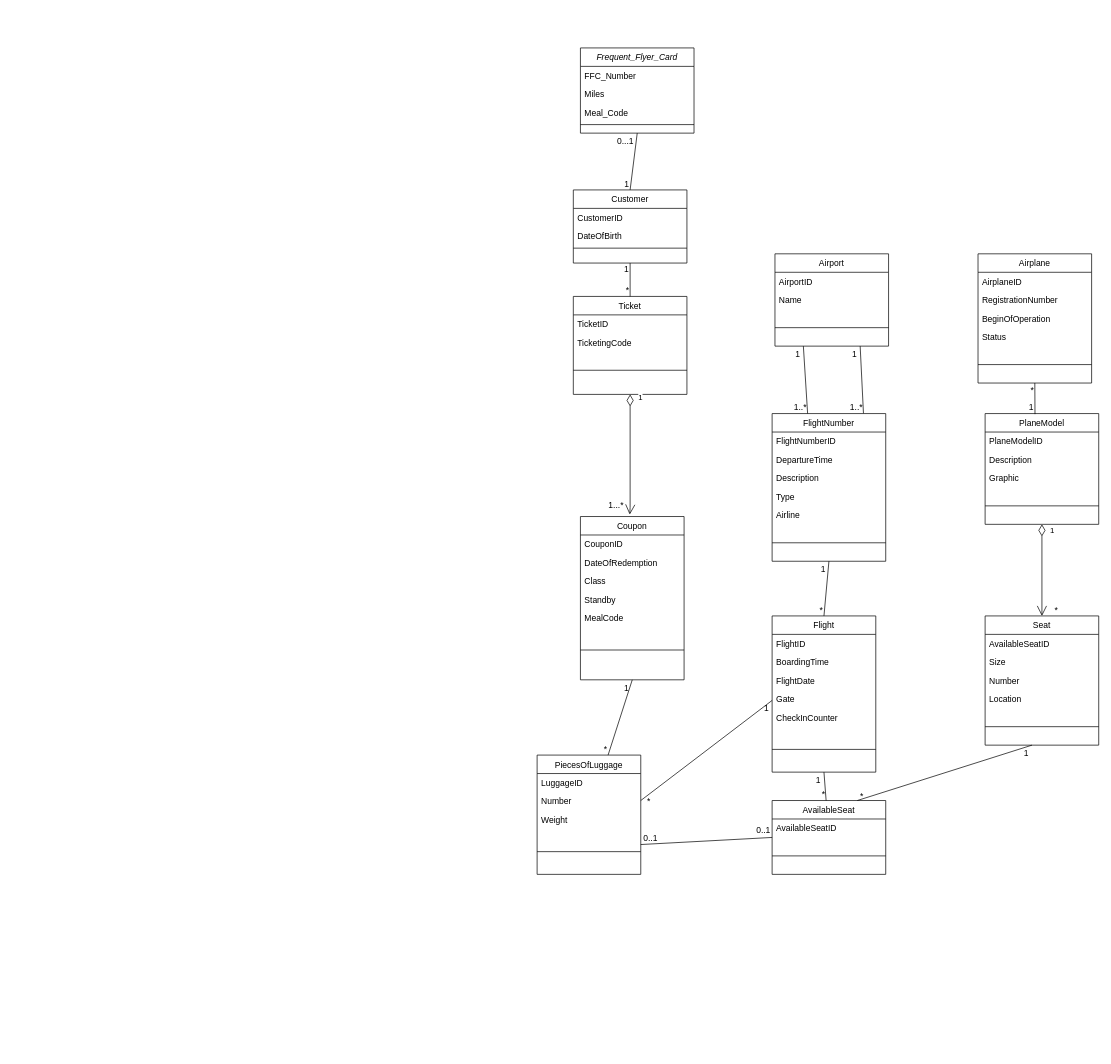
The draw.io diagram Diagrama sin título.drawio in Robert31000/Soporte-para-la-toma-decisiones, before the edit. Source tidied: cells renumbered, new cells numbered last; positions are measured from the earlier drawing's top-left corner, leaving out a move shared by most shapes. Both pictures are drawn from the tidied source at 71%, with x=0, y=0 at pixel (537, 48).
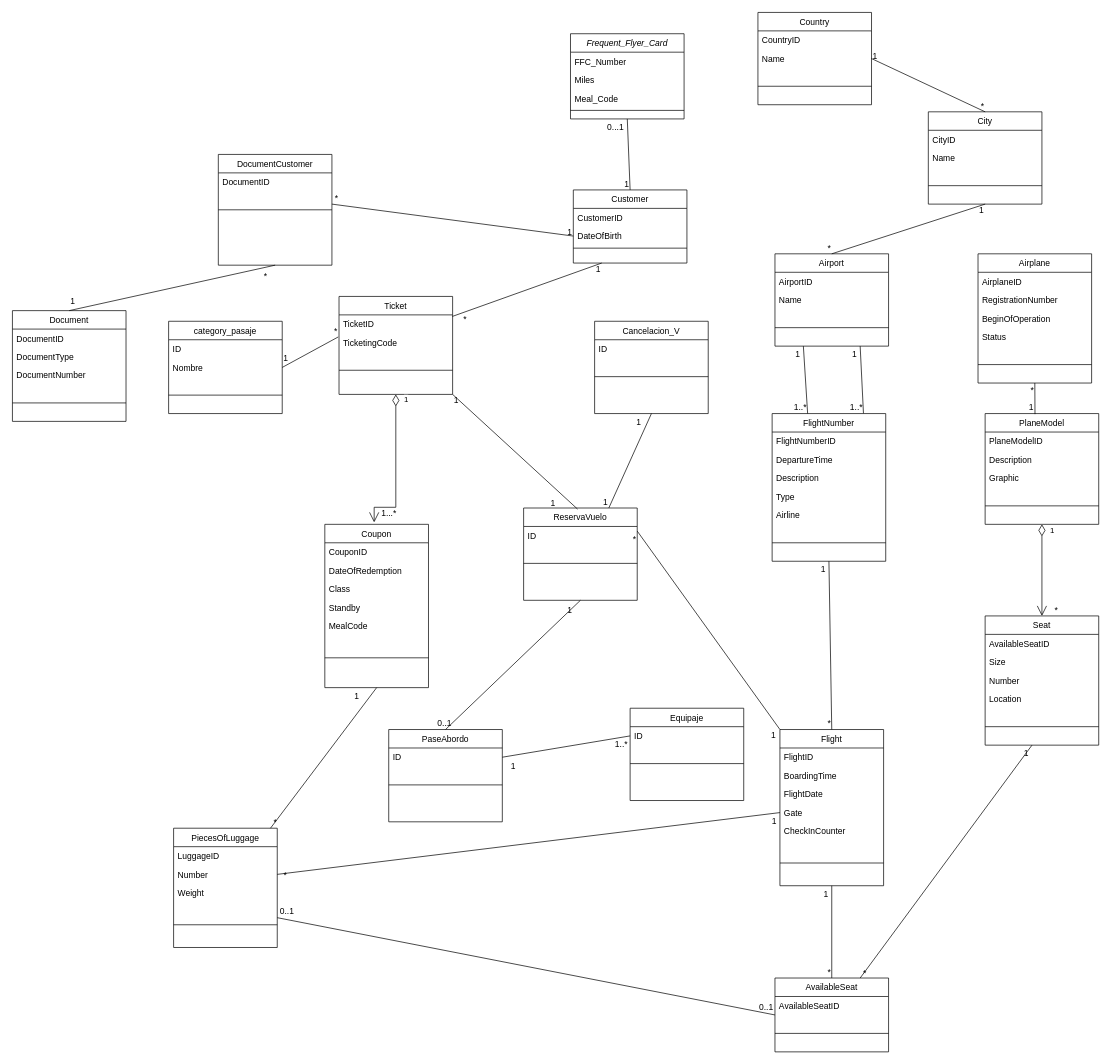
Above is the later version.

The change refers to these unchanged cells:
```xml
<mxCell id="8" value="TicketID " style="text;align=left;verticalAlign=top;spacingLeft=4;spacingRight=4;overflow=hidden;points=[[0,0.5],[1,0.5]];portConstraint=eastwest;" parent="7" vertex="1">
  <mxGeometry y="26" width="160" height="26" as="geometry" />
</mxCell>
<mxCell id="9" value="TicketingCode " style="text;align=left;verticalAlign=top;spacingLeft=4;spacingRight=4;overflow=hidden;points=[[0,0.5],[1,0.5]];portConstraint=eastwest;rounded=0;shadow=0;html=0;" parent="7" vertex="1">
  <mxGeometry y="52" width="160" height="26" as="geometry" />
</mxCell>
<mxCell id="18" value="Customer" style="swimlane;fontStyle=0;align=center;verticalAlign=top;horizontal=1;startSize=26;rounded=0;shadow=0;strokeWidth=1;" parent="1" vertex="1">
  <mxGeometry x="51" y="200" width="160" height="103" as="geometry" />
</mxCell>
<mxCell id="20" value="DateOfBirth " style="text;align=left;verticalAlign=top;spacingLeft=4;spacingRight=4;overflow=hidden;points=[[0,0.5],[1,0.5]];portConstraint=eastwest;rounded=0;shadow=0;html=0;" parent="18" vertex="1">
  <mxGeometry y="52" width="160" height="26" as="geometry" />
</mxCell>
<mxCell id="31" value="Number " style="text;align=left;verticalAlign=top;spacingLeft=4;spacingRight=4;overflow=hidden;points=[[0,0.5],[1,0.5]];portConstraint=eastwest;" parent="29" vertex="1">
  <mxGeometry y="52" width="146" height="26" as="geometry" />
</mxCell>
<mxCell id="34" style="endArrow=none;html=1;rounded=0;exitX=0.5;exitY=1;exitDx=0;exitDy=0;" parent="1" edge="1" source="11" target="29">
  <mxGeometry relative="1" as="geometry" />
</mxCell>
<mxCell id="41" value="Gate " style="text;align=left;verticalAlign=top;spacingLeft=4;spacingRight=4;overflow=hidden;points=[[0,0.5],[1,0.5]];portConstraint=eastwest;" parent="37" vertex="1">
  <mxGeometry y="104" width="146" height="26" as="geometry" />
</mxCell>
<mxCell id="83" value="Airport" style="swimlane;fontStyle=0;align=center;verticalAlign=top;horizontal=1;startSize=26;rounded=0;shadow=0;strokeWidth=1;" parent="1" vertex="1">
  <mxGeometry x="335" y="290" width="160" height="130" as="geometry" />
</mxCell>
```

Diff of the diagram source:
```diff
@@
     <mxCell id="2" value="Frequent_Flyer_Card" style="swimlane;fontStyle=2;align=center;verticalAlign=top;horizontal=1;startSize=26;rounded=0;shadow=0;strokeWidth=1;" parent="1" vertex="1">
-      <mxGeometry x="61" width="160" height="120" as="geometry" />
+      <mxGeometry x="47" y="-20" width="160" height="120" as="geometry" />
     </mxCell>
@@
     <mxCell id="7" value="Ticket " style="swimlane;fontStyle=0;align=center;verticalAlign=top;horizontal=1;startSize=26;rounded=0;shadow=0;strokeWidth=1;" parent="1" vertex="1">
-      <mxGeometry x="51" y="350" width="160" height="138" as="geometry" />
+      <mxGeometry x="-279" y="350" width="160" height="138" as="geometry" />
     </mxCell>
@@
     <mxCell id="11" value="Coupon" style="swimlane;fontStyle=0;align=center;verticalAlign=top;horizontal=1;startSize=26;rounded=0;shadow=0;strokeWidth=1;" parent="1" vertex="1">
-      <mxGeometry x="61" y="660" width="146" height="230" as="geometry" />
+      <mxGeometry x="-299" y="671" width="146" height="230" as="geometry" />
     </mxCell>
@@
-    <mxCell id="25" style="endArrow=none;html=1;rounded=0;entryX=0.5;entryY=0;entryDx=0;entryDy=0;exitX=0.5;exitY=1;exitDx=0;exitDy=0;" parent="1" edge="1" source="18" target="7">
+    <mxCell id="25" style="endArrow=none;html=1;rounded=0;entryX=0.998;entryY=0.083;entryDx=0;entryDy=0;exitX=0.25;exitY=1;exitDx=0;exitDy=0;entryPerimeter=0;" parent="1" edge="1" source="18" target="8">
       <mxGeometry relative="1" as="geometry" />
     </mxCell>
@@
     <mxCell id="27" value="*" style="html=1;whiteSpace=wrap;align=right;verticalAlign=bottom;" parent="25" vertex="1">
-      <mxGeometry x="1" relative="1" as="geometry" />
+      <mxGeometry x="1" relative="1" as="geometry">
+        <mxPoint x="21" y="12" as="offset" />
+      </mxGeometry>
     </mxCell>
     <mxCell id="28" value="1...*" style="text;html=1;align=center;verticalAlign=middle;strokeColor=none;fillColor=none;" parent="1" vertex="1">
-      <mxGeometry x="91" y="630" width="40" height="30" as="geometry" />
+      <mxGeometry x="-229" y="641" width="40" height="30" as="geometry" />
     </mxCell>
     <mxCell id="29" value="PiecesOfLuggage " style="swimlane;fontStyle=0;align=center;verticalAlign=top;horizontal=1;startSize=26;rounded=0;shadow=0;strokeWidth=1;" parent="1" vertex="1">
-      <mxGeometry y="996" width="146" height="168" as="geometry" />
+      <mxGeometry x="-512" y="1099" width="146" height="168" as="geometry" />
     </mxCell>
@@
     <mxCell id="35" value="1" style="html=1;whiteSpace=wrap;align=left;verticalAlign=bottom;" parent="34" vertex="1">
       <mxGeometry x="-1" relative="1" as="geometry">
-        <mxPoint x="-13" y="20" as="offset" />
+        <mxPoint x="-33" y="20" as="offset" />
       </mxGeometry>
     </mxCell>
     <mxCell id="36" value="*" style="html=1;whiteSpace=wrap;align=right;verticalAlign=bottom;" parent="34" vertex="1">
-      <mxGeometry x="1" relative="1" as="geometry" />
+      <mxGeometry x="1" relative="1" as="geometry">
+        <mxPoint x="10" as="offset" />
+      </mxGeometry>
     </mxCell>
     <mxCell id="37" value="Flight" style="swimlane;fontStyle=0;align=center;verticalAlign=top;horizontal=1;startSize=26;rounded=0;shadow=0;strokeWidth=1;" parent="1" vertex="1">
-      <mxGeometry x="331" y="800" width="146" height="220" as="geometry" />
+      <mxGeometry x="342" y="960" width="146" height="220" as="geometry" />
     </mxCell>
@@
     <mxCell id="44" value="AvailableSeat " style="swimlane;fontStyle=0;align=center;verticalAlign=top;horizontal=1;startSize=26;rounded=0;shadow=0;strokeWidth=1;" parent="1" vertex="1">
-      <mxGeometry x="331" y="1060" width="160" height="104" as="geometry" />
+      <mxGeometry x="335" y="1310" width="160" height="104" as="geometry" />
     </mxCell>
@@
-    <mxCell id="53" style="endArrow=none;html=1;rounded=0;exitX=0;exitY=0.5;exitDx=0;exitDy=0;entryX=1;entryY=0.5;entryDx=0;entryDy=0;" parent="1" edge="1">
-      <mxGeometry relative="1" as="geometry">
-        <mxPoint x="331" y="919" as="sourcePoint" />
-        <mxPoint x="146" y="1060" as="targetPoint" />
-      </mxGeometry>
+    <mxCell id="53" style="endArrow=none;html=1;rounded=0;exitX=0;exitY=0.5;exitDx=0;exitDy=0;entryX=1;entryY=0.5;entryDx=0;entryDy=0;" parent="1" edge="1" source="41" target="31">
+      <mxGeometry relative="1" as="geometry" />
     </mxCell>
@@
     <mxCell id="72" value="1" style="endArrow=open;html=1;endSize=12;startArrow=diamondThin;startSize=14;startFill=0;edgeStyle=orthogonalEdgeStyle;align=left;verticalAlign=bottom;rounded=0;exitX=0.5;exitY=1;exitDx=0;exitDy=0;entryX=0.476;entryY=-0.012;entryDx=0;entryDy=0;entryPerimeter=0;" parent="1" edge="1" source="7" target="11">
       <mxGeometry x="-0.85" y="10" relative="1" as="geometry">
         <Array as="points">
-          <mxPoint x="131" y="647" />
+          <mxPoint x="-199" y="647" />
         </Array>
       </mxGeometry>
     </mxCell>
@@
+    <mxCell id="102" value="Country " style="swimlane;fontStyle=0;align=center;verticalAlign=top;horizontal=1;startSize=26;rounded=0;shadow=0;strokeWidth=1;" parent="1" vertex="1">
+      <mxGeometry x="311" y="-50" width="160" height="130" as="geometry" />
+    </mxCell>
+    <mxCell id="103" value="CountryID " style="text;align=left;verticalAlign=top;spacingLeft=4;spacingRight=4;overflow=hidden;" parent="102" vertex="1">
+      <mxGeometry y="26" width="160" height="26" as="geometry" />
+    </mxCell>
+    <mxCell id="104" value="Name " style="text;align=left;verticalAlign=top;spacingLeft=4;spacingRight=4;overflow=hidden;points=[[0,0.5],[1,0.5]];portConstraint=eastwest;" parent="102" vertex="1">
+      <mxGeometry y="52" width="160" height="26" as="geometry" />
+    </mxCell>
+    <mxCell id="105" style="line;html=1;strokeWidth=1;align=left;verticalAlign=middle;spacingTop=-1;spacingLeft=3;spacingRight=3;labelPosition=right;" parent="102" vertex="1">
+      <mxGeometry y="78" width="160" height="52" as="geometry" />
+    </mxCell>
+    <mxCell id="106" value="City" style="swimlane;fontStyle=0;align=center;verticalAlign=top;horizontal=1;startSize=26;rounded=0;shadow=0;strokeWidth=1;" parent="1" vertex="1">
+      <mxGeometry x="551" y="90" width="160" height="130" as="geometry" />
+    </mxCell>
+    <mxCell id="107" value="CityID " style="text;align=left;verticalAlign=top;spacingLeft=4;spacingRight=4;overflow=hidden;" parent="106" vertex="1">
+      <mxGeometry y="26" width="160" height="26" as="geometry" />
+    </mxCell>
+    <mxCell id="108" value="Name " style="text;align=left;verticalAlign=top;spacingLeft=4;spacingRight=4;overflow=hidden;" parent="106" vertex="1">
+      <mxGeometry y="52" width="160" height="26" as="geometry" />
+    </mxCell>
+    <mxCell id="109" style="line;html=1;strokeWidth=1;align=left;verticalAlign=middle;spacingTop=-1;spacingLeft=3;spacingRight=3;labelPosition=right;" parent="106" vertex="1">
+      <mxGeometry y="78" width="160" height="52" as="geometry" />
+    </mxCell>
+    <mxCell id="110" style="endArrow=none;html=1;rounded=0;entryX=0.5;entryY=0;entryDx=0;entryDy=0;exitX=0.5;exitY=1;exitDx=0;exitDy=0;" parent="1" edge="1" source="106" target="83">
+      <mxGeometry relative="1" as="geometry" />
+    </mxCell>
+    <mxCell id="111" value="1" style="html=1;whiteSpace=wrap;align=left;verticalAlign=bottom;" parent="110" vertex="1">
+      <mxGeometry x="-1" relative="1" as="geometry">
+        <mxPoint x="-10" y="17" as="offset" />
+      </mxGeometry>
+    </mxCell>
+    <mxCell id="112" value="*" style="html=1;whiteSpace=wrap;align=right;verticalAlign=bottom;" parent="110" vertex="1">
+      <mxGeometry x="1" relative="1" as="geometry" />
+    </mxCell>
+    <mxCell id="113" style="endArrow=none;html=1;rounded=0;entryX=0.5;entryY=0;entryDx=0;entryDy=0;exitX=1;exitY=0.5;exitDx=0;exitDy=0;" parent="1" edge="1" source="104" target="106">
+      <mxGeometry relative="1" as="geometry" />
+    </mxCell>
+    <mxCell id="114" value="1" style="html=1;whiteSpace=wrap;align=left;verticalAlign=bottom;" parent="113" vertex="1">
+      <mxGeometry x="-1" relative="1" as="geometry">
+        <mxPoint y="5" as="offset" />
+      </mxGeometry>
+    </mxCell>
+    <mxCell id="115" value="*" style="html=1;whiteSpace=wrap;align=right;verticalAlign=bottom;" parent="113" vertex="1">
+      <mxGeometry x="1" relative="1" as="geometry" />
+    </mxCell>
+    <mxCell id="116" value="category_pasaje" style="swimlane;fontStyle=0;align=center;verticalAlign=top;horizontal=1;startSize=26;rounded=0;shadow=0;strokeWidth=1;" parent="1" vertex="1">
+      <mxGeometry x="-519" y="385" width="160" height="130" as="geometry" />
+    </mxCell>
+    <mxCell id="117" value="ID" style="text;align=left;verticalAlign=top;spacingLeft=4;spacingRight=4;overflow=hidden;" parent="116" vertex="1">
+      <mxGeometry y="26" width="160" height="26" as="geometry" />
+    </mxCell>
+    <mxCell id="118" value="Nombre" style="text;align=left;verticalAlign=top;spacingLeft=4;spacingRight=4;overflow=hidden;points=[[0,0.5],[1,0.5]];portConstraint=eastwest;" parent="116" vertex="1">
+      <mxGeometry y="52" width="160" height="26" as="geometry" />
+    </mxCell>
+    <mxCell id="119" style="line;html=1;strokeWidth=1;align=left;verticalAlign=middle;spacingTop=-1;spacingLeft=3;spacingRight=3;labelPosition=right;" parent="116" vertex="1">
+      <mxGeometry y="78" width="160" height="52" as="geometry" />
+    </mxCell>
+    <mxCell id="120" style="endArrow=none;html=1;rounded=0;entryX=-0.007;entryY=0.196;entryDx=0;entryDy=0;exitX=1;exitY=0.5;exitDx=0;exitDy=0;entryPerimeter=0;" parent="1" edge="1" source="118" target="9">
+      <mxGeometry relative="1" as="geometry" />
+    </mxCell>
+    <mxCell id="121" value="1" style="html=1;whiteSpace=wrap;align=left;verticalAlign=bottom;" parent="120" vertex="1">
+      <mxGeometry x="-1" relative="1" as="geometry">
+        <mxPoint y="-5" as="offset" />
+      </mxGeometry>
+    </mxCell>
+    <mxCell id="122" value="*" style="html=1;whiteSpace=wrap;align=right;verticalAlign=bottom;" parent="120" vertex="1">
+      <mxGeometry x="1" relative="1" as="geometry" />
+    </mxCell>
+    <mxCell id="123" value="DocumentCustomer" style="swimlane;fontStyle=0;align=center;verticalAlign=top;horizontal=1;startSize=26;rounded=0;shadow=0;strokeWidth=1;" parent="1" vertex="1">
+      <mxGeometry x="-449" y="150" width="160" height="156" as="geometry" />
+    </mxCell>
+    <mxCell id="124" value="DocumentID " style="text;align=left;verticalAlign=top;spacingLeft=4;spacingRight=4;overflow=hidden;" parent="123" vertex="1">
+      <mxGeometry y="26" width="160" height="26" as="geometry" />
+    </mxCell>
+    <mxCell id="125" style="line;html=1;strokeWidth=1;align=left;verticalAlign=middle;spacingTop=-1;spacingLeft=3;spacingRight=3;labelPosition=right;" parent="123" vertex="1">
+      <mxGeometry y="52" width="160" height="52" as="geometry" />
+    </mxCell>
+    <mxCell id="126" value="Document " style="swimlane;fontStyle=0;align=center;verticalAlign=top;horizontal=1;startSize=26;rounded=0;shadow=0;strokeWidth=1;" parent="1" vertex="1">
+      <mxGeometry x="-739" y="370" width="160" height="156" as="geometry" />
+    </mxCell>
+    <mxCell id="127" value="DocumentID " style="text;align=left;verticalAlign=top;spacingLeft=4;spacingRight=4;overflow=hidden;" parent="126" vertex="1">
+      <mxGeometry y="26" width="160" height="26" as="geometry" />
+    </mxCell>
+    <mxCell id="128" value="DocumentType " style="text;align=left;verticalAlign=top;spacingLeft=4;spacingRight=4;overflow=hidden;" parent="126" vertex="1">
+      <mxGeometry y="52" width="160" height="26" as="geometry" />
+    </mxCell>
+    <mxCell id="129" value="DocumentNumber " style="text;align=left;verticalAlign=top;spacingLeft=4;spacingRight=4;overflow=hidden;" parent="126" vertex="1">
+      <mxGeometry y="78" width="160" height="26" as="geometry" />
+    </mxCell>
+    <mxCell id="130" style="line;html=1;strokeWidth=1;align=left;verticalAlign=middle;spacingTop=-1;spacingLeft=3;spacingRight=3;labelPosition=right;" parent="126" vertex="1">
+      <mxGeometry y="104" width="160" height="52" as="geometry" />
+    </mxCell>
+    <mxCell id="131" style="endArrow=none;html=1;rounded=0;exitX=0;exitY=0.5;exitDx=0;exitDy=0;" parent="1" edge="1" source="20">
+      <mxGeometry relative="1" as="geometry">
+        <mxPoint x="-289" y="220" as="targetPoint" />
+      </mxGeometry>
+    </mxCell>
+    <mxCell id="132" value="1" style="html=1;whiteSpace=wrap;align=left;verticalAlign=bottom;" parent="131" vertex="1">
+      <mxGeometry x="-1" relative="1" as="geometry">
+        <mxPoint x="-10" y="3" as="offset" />
+      </mxGeometry>
+    </mxCell>
+    <mxCell id="133" value="*" style="html=1;whiteSpace=wrap;align=right;verticalAlign=bottom;" parent="131" vertex="1">
+      <mxGeometry x="1" relative="1" as="geometry">
+        <mxPoint x="10" as="offset" />
+      </mxGeometry>
+    </mxCell>
+    <mxCell id="134" style="endArrow=none;html=1;rounded=0;entryX=0.5;entryY=1;entryDx=0;entryDy=0;exitX=0.5;exitY=0;exitDx=0;exitDy=0;" parent="1" edge="1" source="126" target="123">
+      <mxGeometry relative="1" as="geometry" />
+    </mxCell>
+    <mxCell id="135" value="1" style="html=1;whiteSpace=wrap;align=left;verticalAlign=bottom;" parent="134" vertex="1">
+      <mxGeometry x="-1" relative="1" as="geometry">
+        <mxPoint y="-5" as="offset" />
+      </mxGeometry>
+    </mxCell>
+    <mxCell id="136" value="*" style="html=1;whiteSpace=wrap;align=right;verticalAlign=bottom;" parent="134" vertex="1">
+      <mxGeometry x="1" relative="1" as="geometry">
+        <mxPoint x="-10" y="24" as="offset" />
+      </mxGeometry>
+    </mxCell>
+    <mxCell id="137" value="ReservaVuelo&#10;" style="swimlane;fontStyle=0;align=center;verticalAlign=top;horizontal=1;startSize=26;rounded=0;shadow=0;strokeWidth=1;" parent="1" vertex="1">
+      <mxGeometry x="-19" y="648" width="160" height="130" as="geometry" />
+    </mxCell>
+    <mxCell id="138" value="ID" style="text;align=left;verticalAlign=top;spacingLeft=4;spacingRight=4;overflow=hidden;" parent="137" vertex="1">
+      <mxGeometry y="26" width="160" height="26" as="geometry" />
+    </mxCell>
+    <mxCell id="139" style="line;html=1;strokeWidth=1;align=left;verticalAlign=middle;spacingTop=-1;spacingLeft=3;spacingRight=3;labelPosition=right;" parent="137" vertex="1">
+      <mxGeometry y="52" width="160" height="52" as="geometry" />
+    </mxCell>
+    <mxCell id="140" value="PaseAbordo" style="swimlane;fontStyle=0;align=center;verticalAlign=top;horizontal=1;startSize=26;rounded=0;shadow=0;strokeWidth=1;" parent="1" vertex="1">
+      <mxGeometry x="-209" y="960" width="160" height="130" as="geometry" />
+    </mxCell>
+    <mxCell id="141" value="ID" style="text;align=left;verticalAlign=top;spacingLeft=4;spacingRight=4;overflow=hidden;points=[[0,0.5],[1,0.5]];portConstraint=eastwest;" parent="140" vertex="1">
+      <mxGeometry y="26" width="160" height="26" as="geometry" />
+    </mxCell>
+    <mxCell id="142" style="line;html=1;strokeWidth=1;align=left;verticalAlign=middle;spacingTop=-1;spacingLeft=3;spacingRight=3;labelPosition=right;" parent="140" vertex="1">
+      <mxGeometry y="52" width="160" height="52" as="geometry" />
+    </mxCell>
+    <mxCell id="143" style="endArrow=none;html=1;rounded=0;exitX=1;exitY=1;exitDx=0;exitDy=0;entryX=0.475;entryY=0.012;entryDx=0;entryDy=0;entryPerimeter=0;" parent="1" edge="1" source="7" target="137">
+      <mxGeometry relative="1" as="geometry" />
+    </mxCell>
+    <mxCell id="144" value="1" style="html=1;whiteSpace=wrap;align=left;verticalAlign=bottom;" parent="143" vertex="1">
+      <mxGeometry x="-1" relative="1" as="geometry">
+        <mxPoint y="17" as="offset" />
+      </mxGeometry>
+    </mxCell>
+    <mxCell id="145" value="1" style="html=1;whiteSpace=wrap;align=right;verticalAlign=bottom;" parent="143" vertex="1">
+      <mxGeometry x="1" relative="1" as="geometry">
+        <mxPoint x="-30" y="-1" as="offset" />
+      </mxGeometry>
+    </mxCell>
+    <mxCell id="146" style="endArrow=none;html=1;rounded=0;exitX=0;exitY=0;exitDx=0;exitDy=0;entryX=1;entryY=0.25;entryDx=0;entryDy=0;" parent="1" edge="1" source="37" target="137">
+      <mxGeometry relative="1" as="geometry" />
+    </mxCell>
+    <mxCell id="147" value="1" style="html=1;whiteSpace=wrap;align=left;verticalAlign=bottom;" parent="146" vertex="1">
+      <mxGeometry x="-1" relative="1" as="geometry">
+        <mxPoint x="-14" y="17" as="offset" />
+      </mxGeometry>
+    </mxCell>
+    <mxCell id="148" value="*" style="html=1;whiteSpace=wrap;align=right;verticalAlign=bottom;" parent="146" vertex="1">
+      <mxGeometry x="1" relative="1" as="geometry">
+        <mxPoint y="20" as="offset" />
+      </mxGeometry>
+    </mxCell>
+    <mxCell id="149" value="Cancelacion_V" style="swimlane;fontStyle=0;align=center;verticalAlign=top;horizontal=1;startSize=26;rounded=0;shadow=0;strokeWidth=1;" parent="1" vertex="1">
+      <mxGeometry x="81" y="385" width="160" height="130" as="geometry" />
+    </mxCell>
+    <mxCell id="150" value="ID" style="text;align=left;verticalAlign=top;spacingLeft=4;spacingRight=4;overflow=hidden;" parent="149" vertex="1">
+      <mxGeometry y="26" width="160" height="26" as="geometry" />
+    </mxCell>
+    <mxCell id="151" style="line;html=1;strokeWidth=1;align=left;verticalAlign=middle;spacingTop=-1;spacingLeft=3;spacingRight=3;labelPosition=right;" parent="149" vertex="1">
+      <mxGeometry y="52" width="160" height="52" as="geometry" />
+    </mxCell>
+    <mxCell id="152" style="endArrow=none;html=1;rounded=0;exitX=0.5;exitY=1;exitDx=0;exitDy=0;entryX=0.75;entryY=0;entryDx=0;entryDy=0;" parent="1" edge="1" source="149" target="137">
+      <mxGeometry relative="1" as="geometry" />
+    </mxCell>
+    <mxCell id="153" value="1" style="html=1;whiteSpace=wrap;align=left;verticalAlign=bottom;" parent="152" vertex="1">
+      <mxGeometry x="-1" relative="1" as="geometry">
+        <mxPoint x="-23" y="20" as="offset" />
+      </mxGeometry>
+    </mxCell>
+    <mxCell id="154" value="1" style="html=1;whiteSpace=wrap;align=right;verticalAlign=bottom;" parent="152" vertex="1">
+      <mxGeometry x="1" relative="1" as="geometry" />
+    </mxCell>
+    <mxCell id="155" style="endArrow=none;html=1;rounded=0;exitX=0.5;exitY=1;exitDx=0;exitDy=0;entryX=0.5;entryY=0;entryDx=0;entryDy=0;" parent="1" edge="1" source="137" target="140">
+      <mxGeometry relative="1" as="geometry" />
+    </mxCell>
+    <mxCell id="156" value="1" style="html=1;whiteSpace=wrap;align=left;verticalAlign=bottom;" parent="155" vertex="1">
+      <mxGeometry x="-1" relative="1" as="geometry">
+        <mxPoint x="-20" y="22" as="offset" />
+      </mxGeometry>
+    </mxCell>
+    <mxCell id="157" value="0..1" style="html=1;whiteSpace=wrap;align=right;verticalAlign=bottom;" parent="155" vertex="1">
+      <mxGeometry x="1" relative="1" as="geometry">
+        <mxPoint x="10" as="offset" />
+      </mxGeometry>
+    </mxCell>
+    <mxCell id="158" value="Equipaje" style="swimlane;fontStyle=0;align=center;verticalAlign=top;horizontal=1;startSize=26;rounded=0;shadow=0;strokeWidth=1;" parent="1" vertex="1">
+      <mxGeometry x="131" y="930" width="160" height="130" as="geometry" />
+    </mxCell>
+    <mxCell id="159" value="ID" style="text;align=left;verticalAlign=top;spacingLeft=4;spacingRight=4;overflow=hidden;points=[[0,0.5],[1,0.5]];portConstraint=eastwest;" parent="158" vertex="1">
+      <mxGeometry y="26" width="160" height="26" as="geometry" />
+    </mxCell>
+    <mxCell id="160" style="line;html=1;strokeWidth=1;align=left;verticalAlign=middle;spacingTop=-1;spacingLeft=3;spacingRight=3;labelPosition=right;" parent="158" vertex="1">
+      <mxGeometry y="52" width="160" height="52" as="geometry" />
+    </mxCell>
+    <mxCell id="161" style="endArrow=none;html=1;rounded=0;exitX=0;exitY=0.5;exitDx=0;exitDy=0;entryX=1;entryY=0.5;entryDx=0;entryDy=0;" parent="1" edge="1" source="159" target="141">
+      <mxGeometry relative="1" as="geometry" />
+    </mxCell>
+    <mxCell id="162" value="1..*" style="html=1;whiteSpace=wrap;align=left;verticalAlign=bottom;" parent="161" vertex="1">
+      <mxGeometry x="-1" relative="1" as="geometry">
+        <mxPoint x="-23" y="20" as="offset" />
+      </mxGeometry>
+    </mxCell>
+    <mxCell id="163" value="1" style="html=1;whiteSpace=wrap;align=right;verticalAlign=bottom;" parent="161" vertex="1">
+      <mxGeometry x="1" relative="1" as="geometry">
+        <mxPoint x="20" y="21" as="offset" />
+      </mxGeometry>
+    </mxCell>
```
